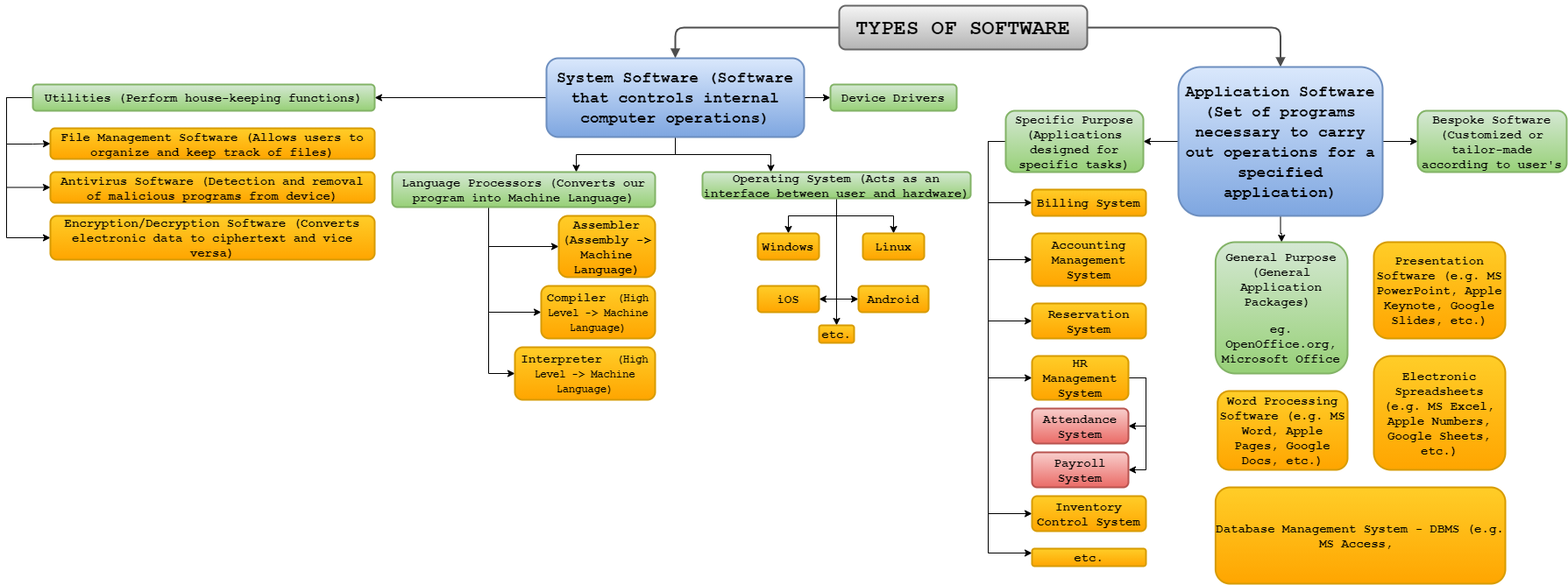
Earlier version of the draw.io export CA_practical_asignment.png (JXTK/app.diagrams.net). Source tidied: cells renumbered, new cells last; positions are measured from the earlier drawing's top-left corner, leaving out a move shared by most shapes.
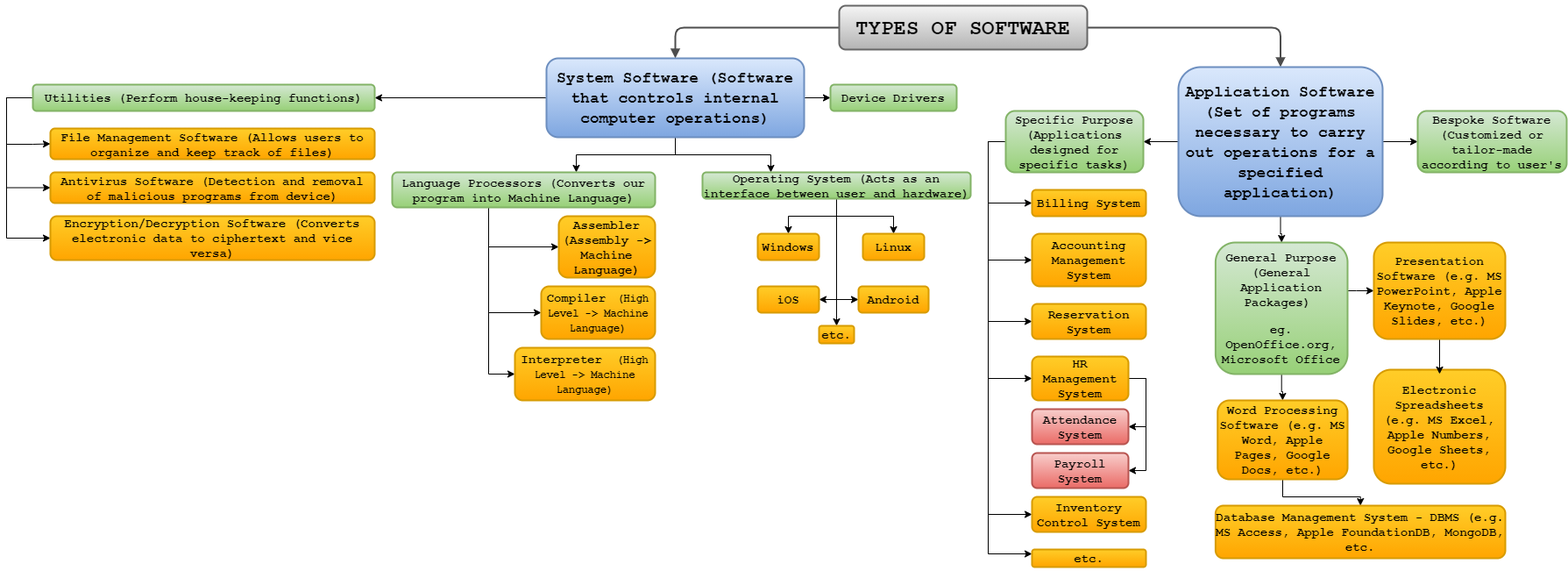
The same file after the commit.

What changed in the source:
```diff
@@ -48,6 +48,17 @@
     <mxCell id="13" value="&lt;h2&gt;&lt;font face=&quot;Courier New&quot;&gt;Application Software (Set of programs necessary to carry out operations for a specified application)&lt;/font&gt;&lt;/h2&gt;" style="whiteSpace=wrap;html=1;rounded=1;shadow=0;comic=0;strokeWidth=2;fontFamily=Verdana;align=center;fontSize=12;fontStyle=1;gradientColor=#7ea6e0;fillColor=#dae8fc;strokeColor=#6c8ebf;" parent="1" vertex="1">
       <mxGeometry x="1337" y="70" width="233" height="170" as="geometry" />
     </mxCell>
+    <mxCell id="65" style="edgeStyle=orthogonalEdgeStyle;rounded=0;jettySize=auto;html=1;entryX=0;entryY=0.5;entryDx=0;entryDy=0;" parent="1" edge="1" source="14" target="63">
+      <mxGeometry relative="1" as="geometry">
+        <Array as="points">
+          <mxPoint x="1540" y="325" />
+          <mxPoint x="1540" y="325" />
+        </Array>
+      </mxGeometry>
+    </mxCell>
+    <mxCell id="66" style="edgeStyle=orthogonalEdgeStyle;rounded=0;jettySize=auto;html=1;entryX=0.5;entryY=0;entryDx=0;entryDy=0;" parent="1" edge="1" source="14" target="61">
+      <mxGeometry relative="1" as="geometry" />
+    </mxCell>
     <mxCell id="14" value="&lt;h3&gt;&lt;font face=&quot;Courier New&quot;&gt;General Purpose (General Application Packages)&amp;nbsp;&lt;/font&gt;&lt;/h3&gt;&lt;h3&gt;&lt;font face=&quot;Courier New&quot;&gt;eg. OpenOffice.org, Microsoft Office&lt;/font&gt;&lt;/h3&gt;" style="whiteSpace=wrap;html=1;rounded=1;shadow=0;comic=0;strokeWidth=2;fontFamily=Verdana;align=center;fontSize=12;fontStyle=1;gradientColor=#97d077;fillColor=#d5e8d4;strokeColor=#82b366;" parent="1" vertex="1">
       <mxGeometry x="1379.4" y="270" width="150.6" height="150" as="geometry" />
     </mxCell>
@@ -264,17 +275,23 @@
     <mxCell id="60" value="&lt;h3&gt;&lt;font face=&quot;Courier New&quot;&gt;etc.&lt;/font&gt;&lt;/h3&gt;" style="whiteSpace=wrap;html=1;rounded=1;shadow=0;comic=0;strokeWidth=2;fontFamily=Verdana;align=center;fontSize=12;fontStyle=1;gradientColor=#ffa500;fillColor=#ffcd28;strokeColor=#d79b00;" parent="1" vertex="1">
       <mxGeometry x="1170" y="620" width="130" height="20" as="geometry" />
     </mxCell>
+    <mxCell id="67" style="edgeStyle=orthogonalEdgeStyle;rounded=0;jettySize=auto;html=1;entryX=0.5;entryY=0;entryDx=0;entryDy=0;" parent="1" edge="1" source="61" target="64">
+      <mxGeometry relative="1" as="geometry" />
+    </mxCell>
     <mxCell id="61" value="&lt;h3&gt;&lt;font face=&quot;Courier New&quot;&gt;Word Processing Software (e.g. MS Word, Apple Pages, Google Docs, etc.)&lt;/font&gt;&lt;/h3&gt;" style="whiteSpace=wrap;html=1;rounded=1;shadow=0;comic=0;strokeWidth=2;fontFamily=Verdana;align=center;fontSize=12;fontStyle=1;gradientColor=#ffa500;fillColor=#ffcd28;strokeColor=#d79b00;" parent="1" vertex="1">
-      <mxGeometry x="1381.8" y="440" width="148.2" height="90" as="geometry" />
+      <mxGeometry x="1381.8" y="450" width="148.2" height="90" as="geometry" />
     </mxCell>
     <mxCell id="62" value="&lt;h3&gt;&lt;font face=&quot;Courier New&quot;&gt;Electronic Spreadsheets (e.g. MS Excel, Apple Numbers, Google Sheets, etc.)&lt;/font&gt;&lt;/h3&gt;" style="whiteSpace=wrap;html=1;rounded=1;shadow=0;comic=0;strokeWidth=2;fontFamily=Verdana;align=center;fontSize=12;fontStyle=1;gradientColor=#ffa500;fillColor=#ffcd28;strokeColor=#d79b00;" parent="1" vertex="1">
-      <mxGeometry x="1560" y="400" width="150" height="130" as="geometry" />
+      <mxGeometry x="1560" y="415" width="150" height="130" as="geometry" />
     </mxCell>
+    <mxCell id="68" style="edgeStyle=orthogonalEdgeStyle;rounded=0;jettySize=auto;html=1;entryX=0.5;entryY=0.038;entryDx=0;entryDy=0;entryPerimeter=0;" parent="1" edge="1" source="63" target="62">
+      <mxGeometry relative="1" as="geometry" />
+    </mxCell>
     <mxCell id="63" value="&lt;h3&gt;&lt;font face=&quot;Courier New&quot;&gt;Presentation Software (e.g. MS PowerPoint, Apple Keynote, Google Slides, etc.)&lt;/font&gt;&lt;/h3&gt;" style="whiteSpace=wrap;html=1;rounded=1;shadow=0;comic=0;strokeWidth=2;fontFamily=Verdana;align=center;fontSize=12;fontStyle=1;gradientColor=#ffa500;fillColor=#ffcd28;strokeColor=#d79b00;" parent="1" vertex="1">
       <mxGeometry x="1560" y="270" width="150" height="110" as="geometry" />
     </mxCell>
-    <mxCell id="64" value="&lt;h3&gt;&lt;font face=&quot;Courier New&quot;&gt;Database Management System - DBMS (e.g. MS Access,&amp;nbsp;&lt;/font&gt;&lt;/h3&gt;" style="whiteSpace=wrap;html=1;rounded=1;shadow=0;comic=0;strokeWidth=2;fontFamily=Verdana;align=center;fontSize=12;fontStyle=1;gradientColor=#ffa500;fillColor=#ffcd28;strokeColor=#d79b00;" parent="1" vertex="1">
-      <mxGeometry x="1379.4" y="550" width="330.6" height="110" as="geometry" />
+    <mxCell id="64" value="&lt;h3&gt;&lt;font face=&quot;Courier New&quot;&gt;Database Management System - DBMS (e.g. MS Access, Apple FoundationDB, MongoDB, etc.&lt;/font&gt;&lt;/h3&gt;" style="whiteSpace=wrap;html=1;rounded=1;shadow=0;comic=0;strokeWidth=2;fontFamily=Verdana;align=center;fontSize=12;fontStyle=1;gradientColor=#ffa500;fillColor=#ffcd28;strokeColor=#d79b00;" parent="1" vertex="1">
+      <mxGeometry x="1379.4" y="570" width="330.6" height="60" as="geometry" />
     </mxCell>
   </root>
 </mxGraphModel>
```
